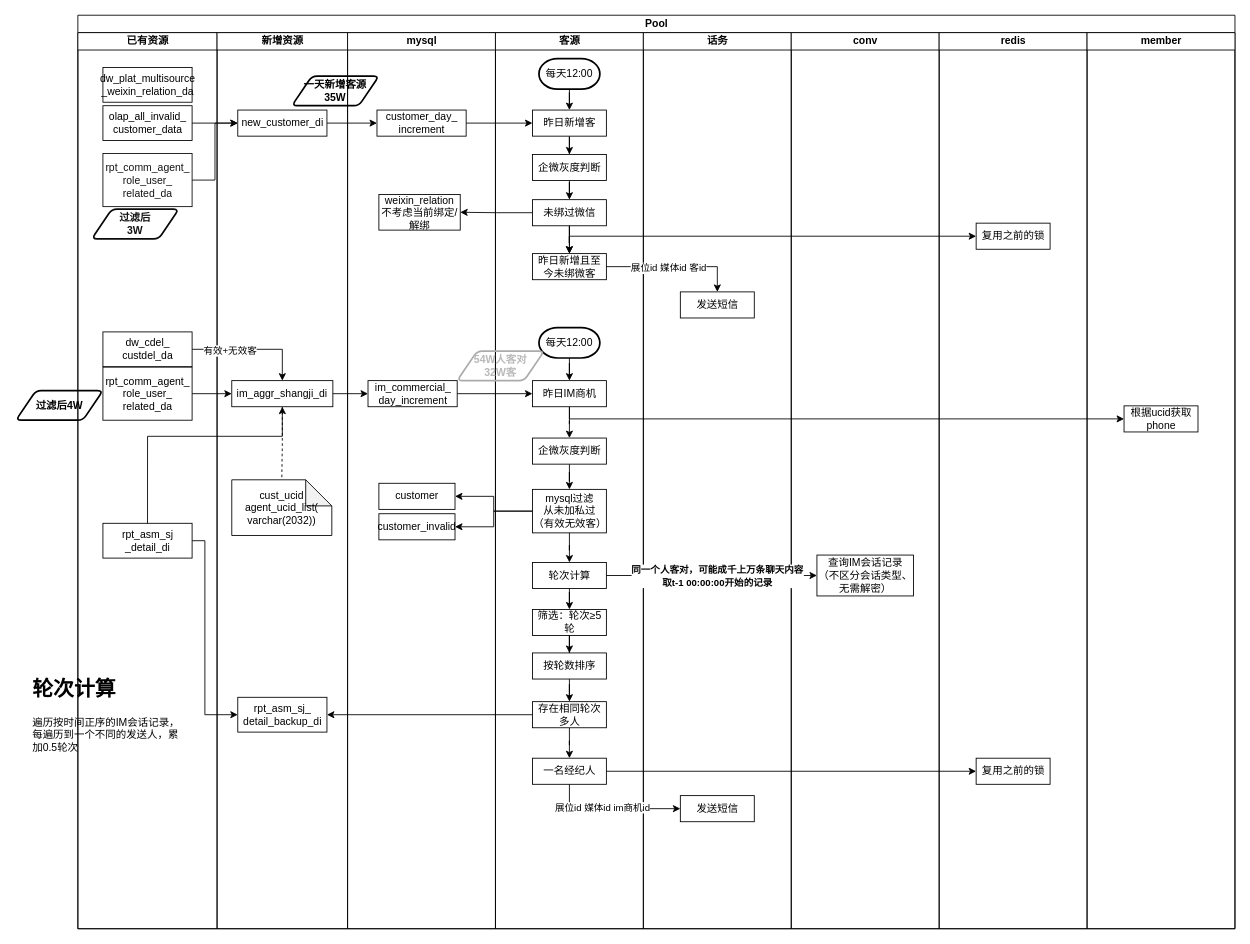
Earlier version of the draw.io diagram 240716短信场景拓展.drawio (SmellyTrotter/draw.io). Source tidied: cells renumbered, new cells numbered last; positions are measured from the earlier drawing's top-left corner, leaving out a move shared by most shapes. Both pictures are drawn from the tidied source at 87%, with x=0, y=0 at pixel (16, 15).
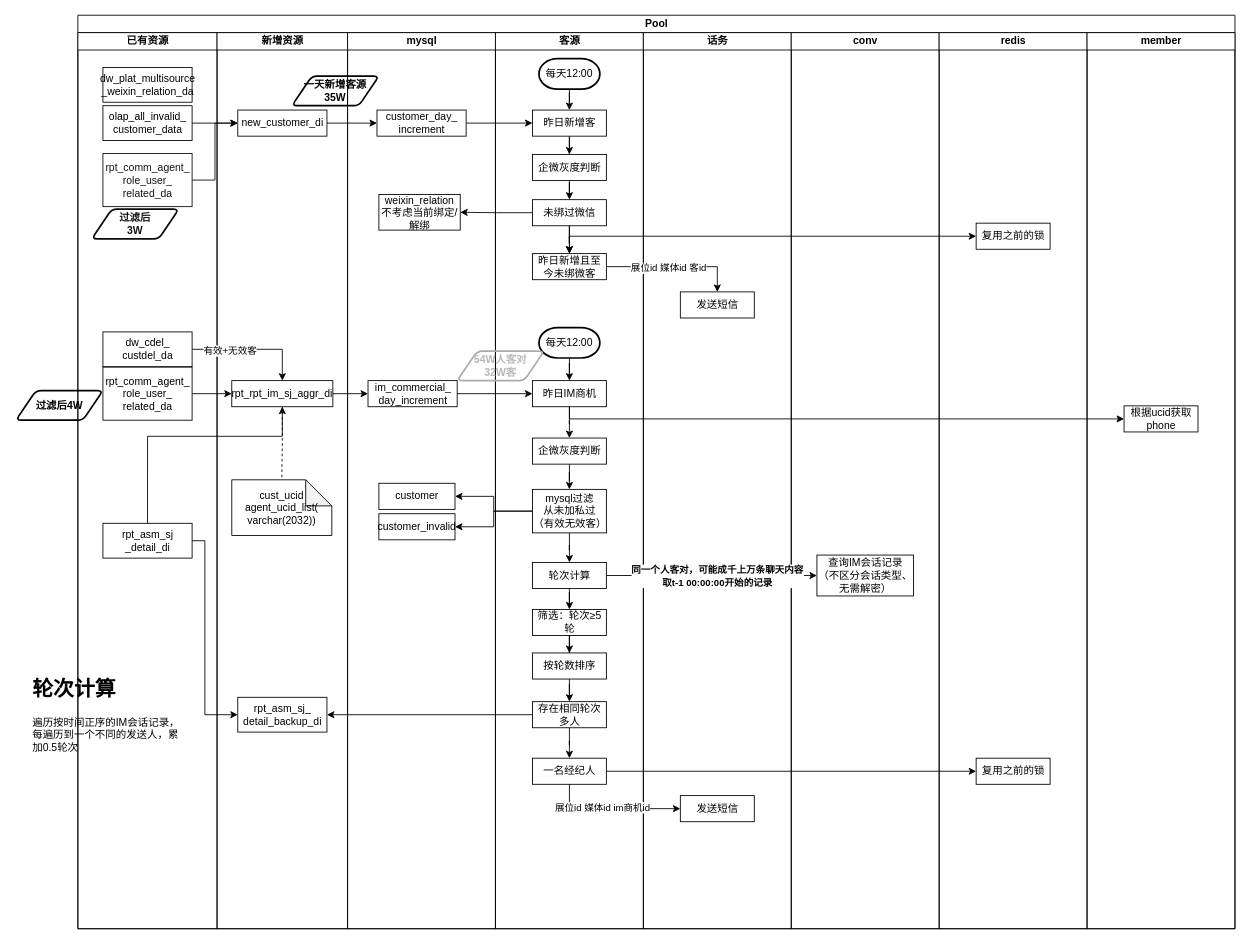
The same page after the edit.

Commit message:
更新240716短信场景拓展.drawio

Unchanged cells that the change refers to:
```xml
<mxCell id="10" value="新增资源" style="swimlane;startSize=20;html=1;" parent="3" vertex="1">
  <mxGeometry x="160" y="20" width="150" height="1030" as="geometry" />
</mxCell>
```

The edit, as a diff of the source:
```diff
@@
-    <mxCell id="12" value="im_aggr_shangji_di" style="rounded=0;whiteSpace=wrap;html=1;" parent="10" vertex="1">
+    <mxCell id="12" value="rpt_rpt_im_sj_aggr_di" style="rounded=0;whiteSpace=wrap;html=1;" parent="10" vertex="1">
       <mxGeometry x="16.9" y="400" width="116.2" height="30" as="geometry" />
     </mxCell>
```
